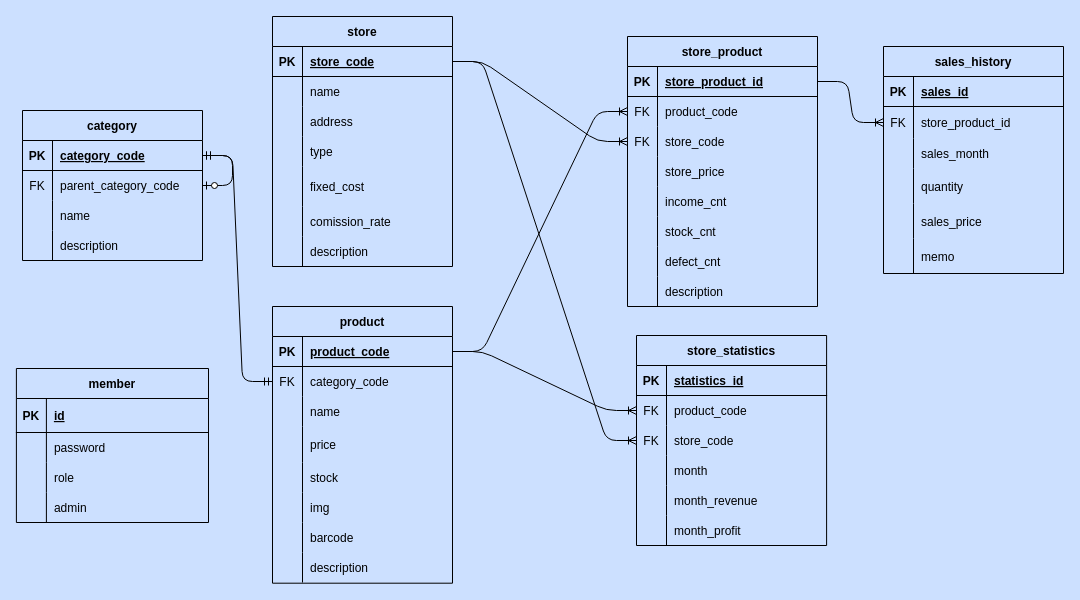
Earlier version of the draw.io diagram database/ERD.drawio (JoshRyu/logistics). Source tidied: cells renumbered, new cells numbered last; positions are measured from the earlier drawing's top-left corner, leaving out a move shared by most shapes. Both pictures are drawn from the tidied source at 100%, with x=0, y=0 at pixel (16, 16).
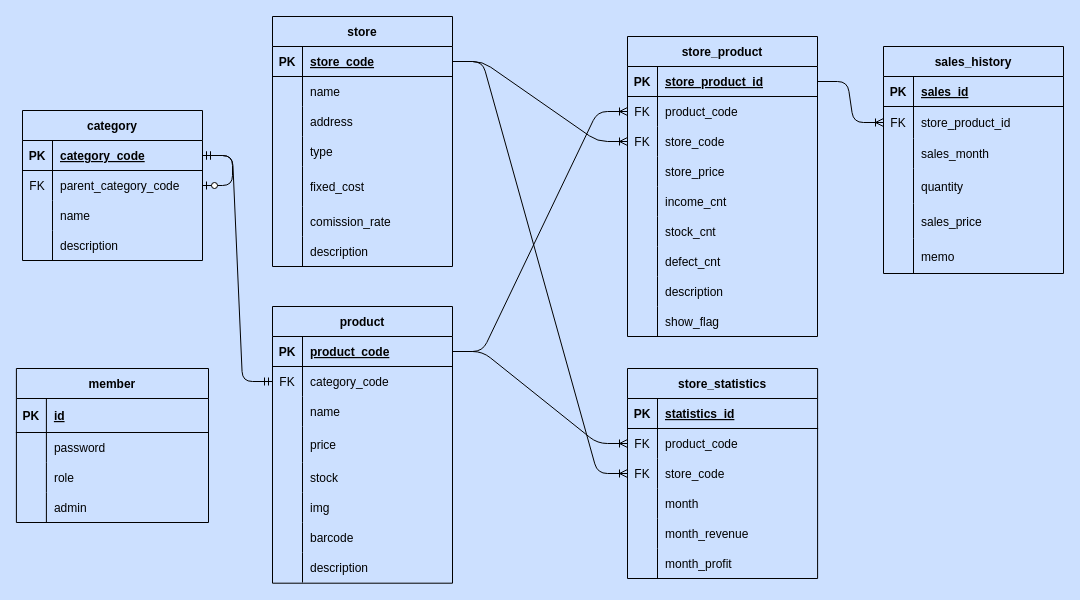
Above is the later version.

Commit message (it also covers changes not shown here):
[fix] Change store_product to set show_flag instead of delete,  remove sales_history delete API

What changed in the source:
```diff
@@
     <mxCell id="63" value="store_product" style="shape=table;startSize=30;childLayout=tableLayout;rowLines=0;fontStyle=1;align=center;fillColor=none;labelBackgroundColor=none;fontColor=#000000;strokeColor=#000000;" parent="1" vertex="1">
-      <mxGeometry x="611" y="20" width="190" height="270" as="geometry" />
+      <mxGeometry x="611" y="20" width="190" height="300" as="geometry" />
     </mxCell>
@@
+    <mxCell id="145" style="shape=tableRow;horizontal=0;startSize=0;swimlaneHead=0;swimlaneBody=0;top=0;left=0;right=0;bottom=0;fillColor=none;labelBackgroundColor=none;fontColor=#000000;strokeColor=#000000;" parent="63" vertex="1">
+      <mxGeometry y="270" width="190" height="30" as="geometry" />
+    </mxCell>
+    <mxCell id="146" style="shape=partialRectangle;top=0;left=0;bottom=0;right=0;overflow=hidden;fillColor=none;labelBackgroundColor=none;fontColor=#000000;strokeColor=#000000;" parent="145" vertex="1">
+      <mxGeometry width="30" height="30" as="geometry" />
+    </mxCell>
+    <mxCell id="147" value="show_flag" style="shape=partialRectangle;top=0;left=0;bottom=0;right=0;align=left;spacingLeft=6;overflow=hidden;fillColor=none;labelBackgroundColor=none;fontColor=#000000;strokeColor=#000000;" parent="145" vertex="1">
+      <mxGeometry x="30" width="160" height="30" as="geometry" />
+    </mxCell>
     <mxCell id="88" value="store_statistics" style="shape=table;startSize=30;childLayout=tableLayout;rowLines=0;fontStyle=1;align=center;fillColor=none;labelBackgroundColor=none;fontColor=#000000;strokeColor=#000000;" parent="1" vertex="1">
-      <mxGeometry x="620" y="319" width="190.1" height="210" as="geometry" />
+      <mxGeometry x="611" y="352" width="190.1" height="210" as="geometry" />
     </mxCell>
```
